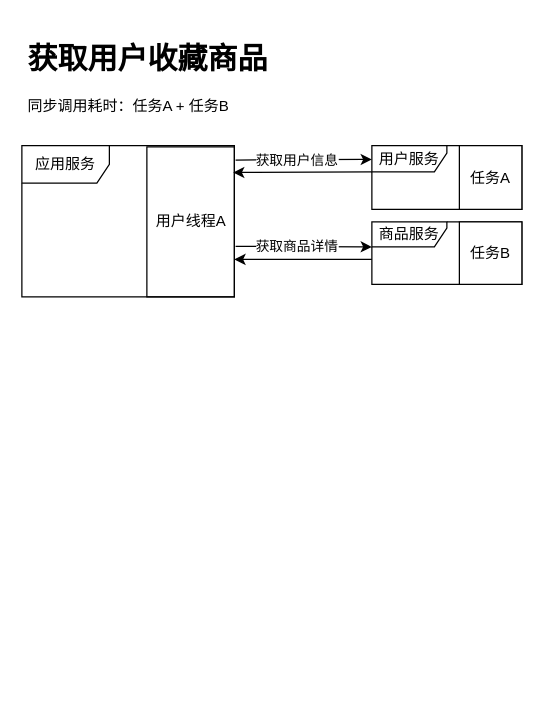
This is 1.drawio from keep-moving-free/keep-moving-free, a draw.io file, before an edit. Source tidied: cells renumbered, new cells numbered last; positions are measured from the earlier drawing's top-left corner, leaving out a move shared by most shapes. Both pictures are drawn from the tidied source at 125%, with x=0, y=0 at pixel (21, 34).
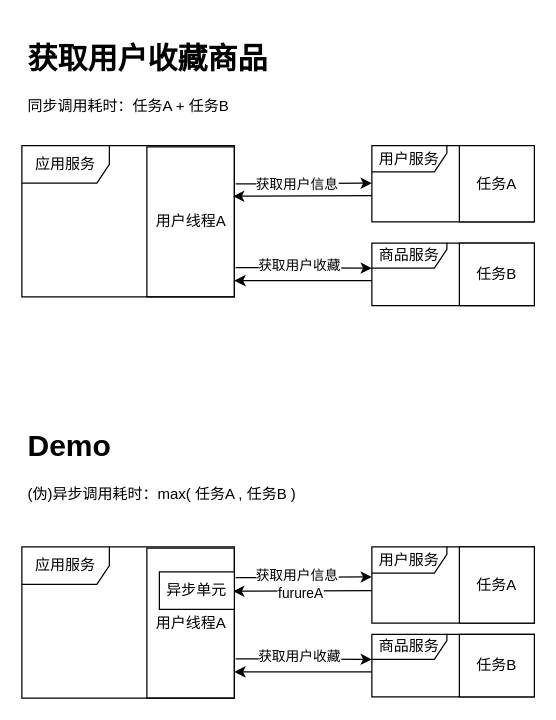
The same diagram, later.

Unchanged cells that the change refers to:
```xml
<mxCell id="3" value="用户线程A" style="html=1;" parent="1" vertex="1">
  <mxGeometry x="100" y="90" width="70" height="120" as="geometry" />
</mxCell>
```

Diff of the diagram source:
```diff
@@
     <mxCell id="5" value="用户服务" style="shape=umlFrame;whiteSpace=wrap;html=1;width=60;height=21;" parent="1" vertex="1">
-      <mxGeometry x="280" y="89" width="120" height="51" as="geometry" />
+      <mxGeometry x="280" y="89" width="130" height="61" as="geometry" />
     </mxCell>
     <mxCell id="6" value="商品服务" style="shape=umlFrame;whiteSpace=wrap;html=1;width=60;height=20;" parent="1" vertex="1">
-      <mxGeometry x="280" y="150" width="120" height="50" as="geometry" />
+      <mxGeometry x="280" y="167" width="130" height="50" as="geometry" />
     </mxCell>
-    <mxCell id="7" style="endArrow=classic;html=1;rounded=0;exitX=1.014;exitY=0.088;exitDx=0;exitDy=0;exitPerimeter=0;" parent="1" edge="1" source="3">
+    <mxCell id="7" style="endArrow=classic;html=1;rounded=0;exitX=1.014;exitY=0.088;exitDx=0;exitDy=0;exitPerimeter=0;" parent="1" edge="1">
       <mxGeometry relative="1" as="geometry">
-        <mxPoint x="280" y="100" as="targetPoint" />
+        <mxPoint x="171" y="119.6" as="sourcePoint" />
+        <mxPoint x="280" y="119" as="targetPoint" />
       </mxGeometry>
     </mxCell>
@@
-    <mxCell id="9" style="endArrow=classic;html=1;rounded=0;entryX=0.986;entryY=0.171;entryDx=0;entryDy=0;entryPerimeter=0;" parent="1" edge="1" target="3">
+    <mxCell id="9" style="endArrow=classic;html=1;rounded=0;entryX=0.986;entryY=0.171;entryDx=0;entryDy=0;entryPerimeter=0;" parent="1" edge="1">
       <mxGeometry relative="1" as="geometry">
-        <mxPoint x="280" y="110" as="sourcePoint" />
+        <mxPoint x="280" y="129" as="sourcePoint" />
+        <mxPoint x="169" y="129.5" as="targetPoint" />
       </mxGeometry>
     </mxCell>
-    <mxCell id="10" style="endArrow=classic;html=1;rounded=0;exitX=1.014;exitY=0.663;exitDx=0;exitDy=0;exitPerimeter=0;" parent="1" edge="1" source="3">
+    <mxCell id="10" style="endArrow=classic;html=1;rounded=0;exitX=1.014;exitY=0.663;exitDx=0;exitDy=0;exitPerimeter=0;" parent="1" edge="1">
       <mxGeometry relative="1" as="geometry">
-        <mxPoint x="280" y="170" as="targetPoint" />
+        <mxPoint x="171" y="186.6" as="sourcePoint" />
+        <mxPoint x="280" y="187" as="targetPoint" />
       </mxGeometry>
     </mxCell>
-    <mxCell id="11" value="获取商品详情" style="edgeLabel;html=1;align=center;verticalAlign=middle;" parent="10" vertex="1">
-      <mxGeometry x="-0.25" relative="1" as="geometry">
-        <mxPoint x="8" as="offset" />
-      </mxGeometry>
-    </mxCell>
+    <mxCell id="15" value="获取用户收藏" style="edgeLabel;html=1;align=center;verticalAlign=middle;" parent="10" vertex="1">
+      <mxGeometry x="-0.07" y="2" relative="1" as="geometry">
+        <mxPoint x="-1" as="offset" />
+      </mxGeometry>
+    </mxCell>
-    <mxCell id="12" style="endArrow=classic;html=1;rounded=0;entryX=1;entryY=0.75;entryDx=0;entryDy=0;" parent="1" edge="1" target="3">
+    <mxCell id="12" style="endArrow=classic;html=1;rounded=0;entryX=1;entryY=0.75;entryDx=0;entryDy=0;" parent="1" edge="1">
       <mxGeometry relative="1" as="geometry">
-        <mxPoint x="280" y="180" as="sourcePoint" />
+        <mxPoint x="280" y="197" as="sourcePoint" />
+        <mxPoint x="170" y="197" as="targetPoint" />
       </mxGeometry>
     </mxCell>
     <mxCell id="13" value="任务A" style="rounded=0;whiteSpace=wrap;html=1;" parent="1" vertex="1">
-      <mxGeometry x="350" y="89" width="50" height="51" as="geometry" />
+      <mxGeometry x="350" y="89" width="60" height="61" as="geometry" />
     </mxCell>
     <mxCell id="14" value="任务B" style="rounded=0;whiteSpace=wrap;html=1;" parent="1" vertex="1">
-      <mxGeometry x="350" y="150" width="50" height="50" as="geometry" />
+      <mxGeometry x="350" y="167" width="60" height="50" as="geometry" />
     </mxCell>
+    <mxCell id="16" value="&lt;h1&gt;Demo&lt;/h1&gt;&lt;p&gt;(伪)异步调用耗时：max( 任务A , 任务B )&lt;/p&gt;" style="text;html=1;strokeColor=none;fillColor=none;spacing=5;spacingTop=-20;whiteSpace=wrap;overflow=hidden;rounded=0;" parent="1" vertex="1">
+      <mxGeometry y="310" width="290" height="70" as="geometry" />
+    </mxCell>
+    <mxCell id="17" value="用户线程A" style="html=1;" parent="1" vertex="1">
+      <mxGeometry x="100" y="411" width="70" height="120" as="geometry" />
+    </mxCell>
+    <mxCell id="18" value="应用服务" style="shape=umlFrame;whiteSpace=wrap;html=1;width=70;height=30;" parent="1" vertex="1">
+      <mxGeometry y="410" width="170" height="121" as="geometry" />
+    </mxCell>
+    <mxCell id="19" value="用户服务" style="shape=umlFrame;whiteSpace=wrap;html=1;width=60;height=21;" parent="1" vertex="1">
+      <mxGeometry x="280" y="410" width="130" height="61" as="geometry" />
+    </mxCell>
+    <mxCell id="20" value="商品服务" style="shape=umlFrame;whiteSpace=wrap;html=1;width=60;height=20;" parent="1" vertex="1">
+      <mxGeometry x="280" y="480" width="130" height="50" as="geometry" />
+    </mxCell>
+    <mxCell id="21" style="endArrow=classic;html=1;rounded=0;exitX=1.014;exitY=0.088;exitDx=0;exitDy=0;exitPerimeter=0;" parent="1" edge="1">
+      <mxGeometry relative="1" as="geometry">
+        <mxPoint x="171" y="434.6" as="sourcePoint" />
+        <mxPoint x="280" y="434" as="targetPoint" />
+      </mxGeometry>
+    </mxCell>
+    <mxCell id="22" value="获取用户信息" style="edgeLabel;html=1;align=center;verticalAlign=middle;" parent="21" vertex="1">
+      <mxGeometry x="-0.25" relative="1" as="geometry">
+        <mxPoint x="8" y="-2" as="offset" />
+      </mxGeometry>
+    </mxCell>
+    <mxCell id="23" style="endArrow=classic;html=1;rounded=0;entryX=0.986;entryY=0.171;entryDx=0;entryDy=0;entryPerimeter=0;" parent="1" edge="1">
+      <mxGeometry relative="1" as="geometry">
+        <mxPoint x="280" y="445" as="sourcePoint" />
+        <mxPoint x="169" y="445.5" as="targetPoint" />
+      </mxGeometry>
+    </mxCell>
+    <mxCell id="24" value="furureA" style="edgeLabel;html=1;align=center;verticalAlign=middle;" parent="23" vertex="1">
+      <mxGeometry x="0.05" y="1" relative="1" as="geometry" />
+    </mxCell>
+    <mxCell id="25" style="endArrow=classic;html=1;rounded=0;exitX=1.014;exitY=0.663;exitDx=0;exitDy=0;exitPerimeter=0;" parent="1" edge="1">
+      <mxGeometry relative="1" as="geometry">
+        <mxPoint x="171" y="499.6" as="sourcePoint" />
+        <mxPoint x="280" y="500" as="targetPoint" />
+      </mxGeometry>
+    </mxCell>
+    <mxCell id="26" value="获取用户收藏" style="edgeLabel;html=1;align=center;verticalAlign=middle;" parent="25" vertex="1">
+      <mxGeometry x="-0.07" y="2" relative="1" as="geometry">
+        <mxPoint x="-1" as="offset" />
+      </mxGeometry>
+    </mxCell>
+    <mxCell id="27" style="endArrow=classic;html=1;rounded=0;entryX=1;entryY=0.75;entryDx=0;entryDy=0;" parent="1" edge="1">
+      <mxGeometry relative="1" as="geometry">
+        <mxPoint x="280" y="510" as="sourcePoint" />
+        <mxPoint x="170" y="510" as="targetPoint" />
+      </mxGeometry>
+    </mxCell>
+    <mxCell id="28" value="任务A" style="rounded=0;whiteSpace=wrap;html=1;" parent="1" vertex="1">
+      <mxGeometry x="350" y="410" width="60" height="61" as="geometry" />
+    </mxCell>
+    <mxCell id="29" value="任务B" style="rounded=0;whiteSpace=wrap;html=1;" parent="1" vertex="1">
+      <mxGeometry x="350" y="480" width="60" height="50" as="geometry" />
+    </mxCell>
+    <mxCell id="30" value="异步单元" style="rounded=0;whiteSpace=wrap;html=1;" parent="1" vertex="1">
+      <mxGeometry x="110" y="430" width="60" height="30" as="geometry" />
+    </mxCell>
```
